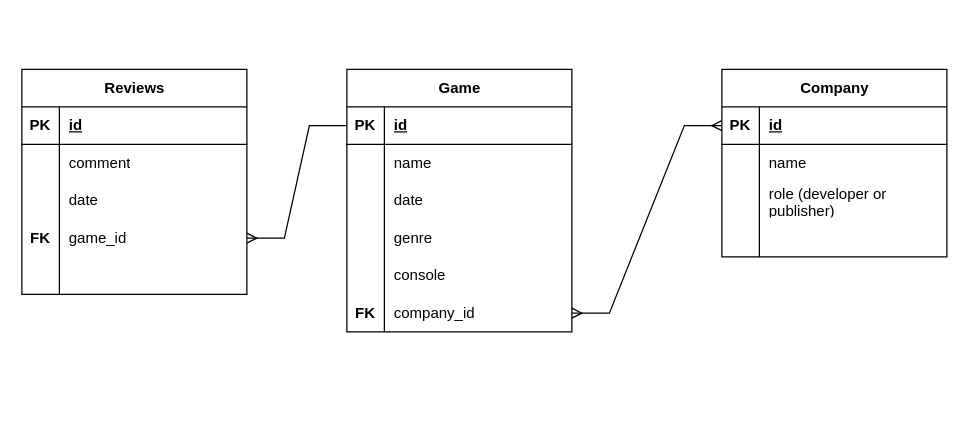
This is ERD.drawio from MatthewSeymour1/laravelProjectMatthewSeymour, a draw.io file, before an edit. Source tidied: cells renumbered, new cells numbered last; positions are measured from the earlier drawing's top-left corner, leaving out a move shared by most shapes. Both pictures are drawn from the tidied source at 125%, with x=0, y=0 at pixel (21, 69).
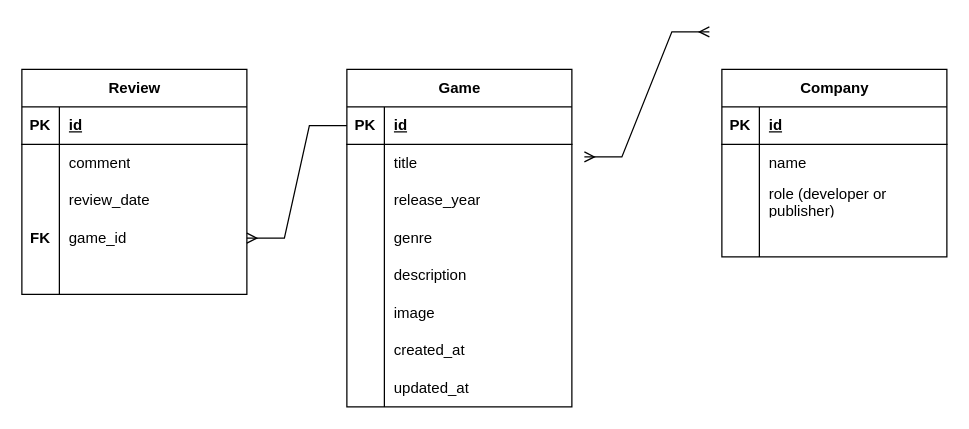
The same diagram, later.

The change refers to these unchanged cells:
```xml
<mxCell id="9" style="shape=tableRow;horizontal=0;startSize=0;swimlaneHead=0;swimlaneBody=0;fillColor=none;top=0;left=0;right=0;bottom=0;" parent="2" vertex="1">
  <mxGeometry y="90" width="180" height="30" as="geometry" />
</mxCell>
<mxCell id="22" style="shape=tableRow;horizontal=0;startSize=0;swimlaneHead=0;swimlaneBody=0;fillColor=none;top=0;left=0;right=0;bottom=0;" parent="18" vertex="1">
  <mxGeometry y="60" width="180" height="30" as="geometry" />
</mxCell>
<mxCell id="25" style="shape=tableRow;horizontal=0;startSize=0;swimlaneHead=0;swimlaneBody=0;fillColor=none;top=0;left=0;right=0;bottom=0;" parent="18" vertex="1">
  <mxGeometry y="90" width="180" height="30" as="geometry" />
</mxCell>
<mxCell id="31" style="shape=tableRow;horizontal=0;startSize=0;swimlaneHead=0;swimlaneBody=0;fillColor=none;top=0;left=0;right=0;bottom=0;" parent="18" vertex="1">
  <mxGeometry y="150" width="180" height="30" as="geometry" />
</mxCell>
<mxCell id="34" style="shape=tableRow;horizontal=0;startSize=0;swimlaneHead=0;swimlaneBody=0;fillColor=none;points=[[0,0.5],[1,0.5]];portConstraint=eastwest;top=0;left=0;right=0;bottom=0;" parent="18" vertex="1">
  <mxGeometry y="180" width="180" height="30" as="geometry" />
</mxCell>
<mxCell id="38" style="shape=tableRow;horizontal=0;startSize=0;swimlaneHead=0;swimlaneBody=0;fillColor=none;points=[[0,0.5],[1,0.5]];portConstraint=eastwest;top=0;left=0;right=0;bottom=1;" parent="37" vertex="1">
  <mxGeometry y="30" width="180" height="30" as="geometry" />
</mxCell>
```

Diff of the diagram source:
```diff
@@
-    <mxCell id="2" value="Reviews" style="shape=table;startSize=30;childLayout=tableLayout;rowLines=0;fontStyle=1;align=center;html=1;" parent="1" vertex="1">
+    <mxCell id="2" value="Review" style="shape=table;startSize=30;childLayout=tableLayout;rowLines=0;fontStyle=1;align=center;html=1;" parent="1" vertex="1">
       <mxGeometry width="180" height="180" as="geometry" />
     </mxCell>
@@
-    <mxCell id="11" value="date" style="shape=partialRectangle;fillColor=none;top=0;left=0;bottom=0;right=0;align=left;spacingLeft=6;overflow=hidden;whiteSpace=wrap;html=1;" parent="9" vertex="1">
+    <mxCell id="11" value="review_date" style="shape=partialRectangle;fillColor=none;top=0;left=0;bottom=0;right=0;align=left;spacingLeft=6;overflow=hidden;whiteSpace=wrap;html=1;" parent="9" vertex="1">
       <mxGeometry x="30" width="150" height="30" as="geometry" />
     </mxCell>
@@
     <mxCell id="18" value="Game" style="shape=table;startSize=30;childLayout=tableLayout;rowLines=0;fontStyle=1;align=center;html=1;" parent="1" vertex="1">
-      <mxGeometry x="260" width="180" height="210" as="geometry" />
+      <mxGeometry x="260" width="180" height="270" as="geometry" />
     </mxCell>
@@
-    <mxCell id="24" value="name" style="shape=partialRectangle;fillColor=none;top=0;left=0;bottom=0;right=0;align=left;spacingLeft=6;overflow=hidden;whiteSpace=wrap;html=1;" parent="22" vertex="1">
+    <mxCell id="24" value="title" style="shape=partialRectangle;fillColor=none;top=0;left=0;bottom=0;right=0;align=left;spacingLeft=6;overflow=hidden;whiteSpace=wrap;html=1;" parent="22" vertex="1">
       <mxGeometry x="30" width="150" height="30" as="geometry" />
     </mxCell>
@@
-    <mxCell id="27" value="date" style="shape=partialRectangle;fillColor=none;top=0;left=0;bottom=0;right=0;align=left;spacingLeft=6;overflow=hidden;whiteSpace=wrap;html=1;" parent="25" vertex="1">
+    <mxCell id="27" value="release_year" style="shape=partialRectangle;fillColor=none;top=0;left=0;bottom=0;right=0;align=left;spacingLeft=6;overflow=hidden;whiteSpace=wrap;html=1;" parent="25" vertex="1">
       <mxGeometry x="30" width="150" height="30" as="geometry" />
     </mxCell>
@@
-    <mxCell id="32" style="shape=partialRectangle;fillColor=none;top=0;left=0;bottom=0;right=0;overflow=hidden;whiteSpace=wrap;html=1;" parent="31" vertex="1">
-      <mxGeometry width="30" height="30" as="geometry" />
-    </mxCell>
-    <mxCell id="33" value="console" style="shape=partialRectangle;fillColor=none;top=0;left=0;bottom=0;right=0;align=left;spacingLeft=6;overflow=hidden;whiteSpace=wrap;html=1;" parent="31" vertex="1">
-      <mxGeometry x="30" width="150" height="30" as="geometry" />
-    </mxCell>
+    <mxCell id="52" style="shape=partialRectangle;fillColor=none;top=0;left=0;bottom=0;right=0;overflow=hidden;whiteSpace=wrap;html=1;" parent="31" vertex="1">
+      <mxGeometry width="30" height="30" as="geometry" />
+    </mxCell>
+    <mxCell id="53" value="description" style="shape=partialRectangle;fillColor=none;top=0;left=0;bottom=0;right=0;align=left;spacingLeft=6;overflow=hidden;whiteSpace=wrap;html=1;" parent="31" vertex="1">
+      <mxGeometry x="30" width="150" height="30" as="geometry" />
+    </mxCell>
@@
-    <mxCell id="35" value="&lt;b&gt;FK&lt;/b&gt;" style="shape=partialRectangle;fillColor=none;top=0;left=0;bottom=0;right=0;overflow=hidden;whiteSpace=wrap;html=1;" parent="34" vertex="1">
-      <mxGeometry width="30" height="30" as="geometry" />
-    </mxCell>
-    <mxCell id="36" value="company_id" style="shape=partialRectangle;fillColor=none;top=0;left=0;bottom=0;right=0;align=left;spacingLeft=6;overflow=hidden;whiteSpace=wrap;html=1;" parent="34" vertex="1">
-      <mxGeometry x="30" width="150" height="30" as="geometry" />
-    </mxCell>
+    <mxCell id="54" style="shape=partialRectangle;fillColor=none;top=0;left=0;bottom=0;right=0;overflow=hidden;whiteSpace=wrap;html=1;" parent="34" vertex="1">
+      <mxGeometry width="30" height="30" as="geometry" />
+    </mxCell>
+    <mxCell id="55" value="image" style="shape=partialRectangle;fillColor=none;top=0;left=0;bottom=0;right=0;align=left;spacingLeft=6;overflow=hidden;whiteSpace=wrap;html=1;" parent="34" vertex="1">
+      <mxGeometry x="30" width="150" height="30" as="geometry" />
+    </mxCell>
+    <mxCell id="56" style="shape=tableRow;horizontal=0;startSize=0;swimlaneHead=0;swimlaneBody=0;fillColor=none;top=0;left=0;right=0;bottom=0;" parent="18" vertex="1">
+      <mxGeometry y="210" width="180" height="30" as="geometry" />
+    </mxCell>
+    <mxCell id="57" style="shape=partialRectangle;fillColor=none;top=0;left=0;bottom=0;right=0;overflow=hidden;whiteSpace=wrap;html=1;" parent="56" vertex="1">
+      <mxGeometry width="30" height="30" as="geometry" />
+    </mxCell>
+    <mxCell id="58" value="created_at" style="shape=partialRectangle;fillColor=none;top=0;left=0;bottom=0;right=0;align=left;spacingLeft=6;overflow=hidden;whiteSpace=wrap;html=1;" parent="56" vertex="1">
+      <mxGeometry x="30" width="150" height="30" as="geometry" />
+    </mxCell>
+    <mxCell id="59" style="shape=tableRow;horizontal=0;startSize=0;swimlaneHead=0;swimlaneBody=0;fillColor=none;top=0;left=0;right=0;bottom=0;" parent="18" vertex="1">
+      <mxGeometry y="240" width="180" height="30" as="geometry" />
+    </mxCell>
+    <mxCell id="60" style="shape=partialRectangle;fillColor=none;top=0;left=0;bottom=0;right=0;overflow=hidden;whiteSpace=wrap;html=1;" parent="59" vertex="1">
+      <mxGeometry width="30" height="30" as="geometry" />
+    </mxCell>
+    <mxCell id="61" value="updated_at" style="shape=partialRectangle;fillColor=none;top=0;left=0;bottom=0;right=0;align=left;spacingLeft=6;overflow=hidden;whiteSpace=wrap;html=1;" parent="59" vertex="1">
+      <mxGeometry x="30" width="150" height="30" as="geometry" />
+    </mxCell>
@@
-    <mxCell id="51" style="edgeStyle=entityRelationEdgeStyle;fontSize=12;html=1;endArrow=ERmany;startArrow=ERmany;rounded=0;exitX=1;exitY=0.5;exitDx=0;exitDy=0;entryX=0;entryY=0.5;entryDx=0;entryDy=0;" parent="1" edge="1" source="34" target="38">
-      <mxGeometry relative="1" as="geometry" />
-    </mxCell>
+    <mxCell id="62" style="edgeStyle=entityRelationEdgeStyle;fontSize=12;html=1;endArrow=ERmany;startArrow=ERmany;rounded=0;" parent="1" edge="1">
+      <mxGeometry relative="1" as="geometry">
+        <mxPoint x="450" y="70" as="sourcePoint" />
+        <mxPoint x="550" y="-30" as="targetPoint" />
+      </mxGeometry>
+    </mxCell>
```
